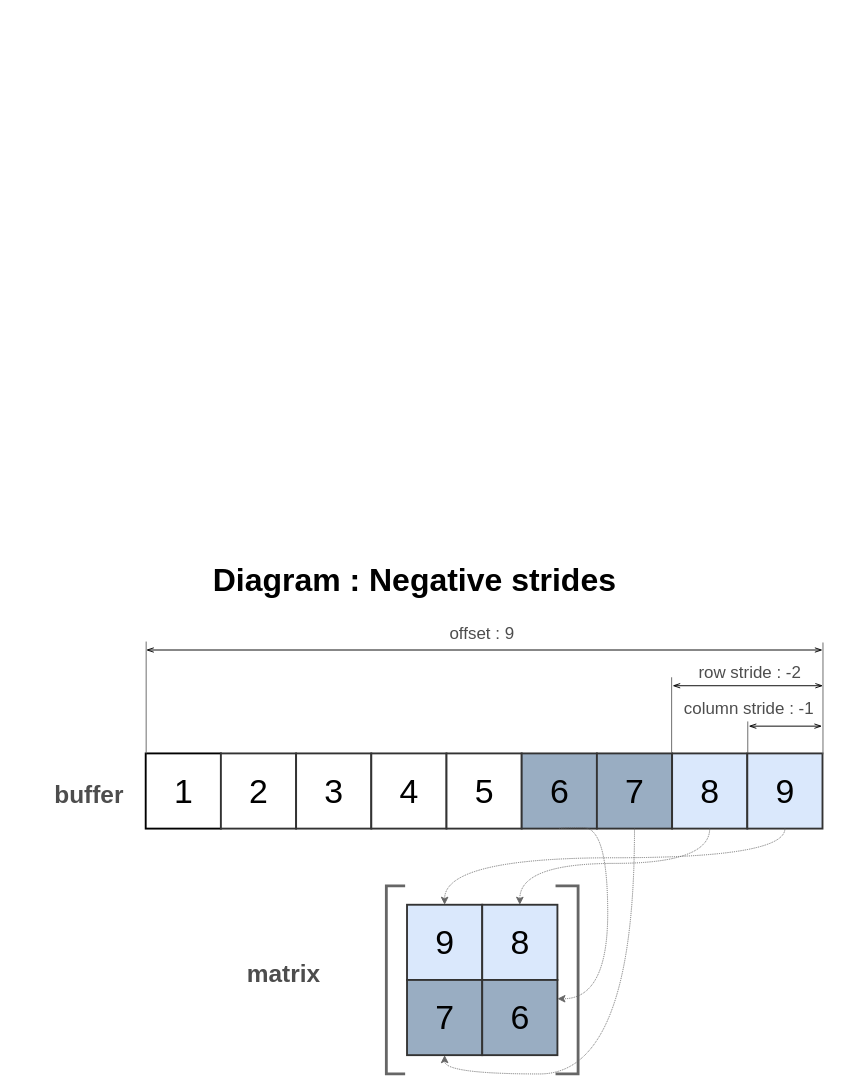
The draw.io diagram page "NegativeStrides" (7 of 9) of doc/img/Matrix.drawio in Wandalen/wMathMatrix, before the edit. Source tidied: cells renumbered, new cells numbered last; positions are measured from the earlier drawing's top-left corner, leaving out a move shared by most shapes. Both pictures are drawn from the tidied source at 94%, with x=0, y=0 at pixel (48, 558).
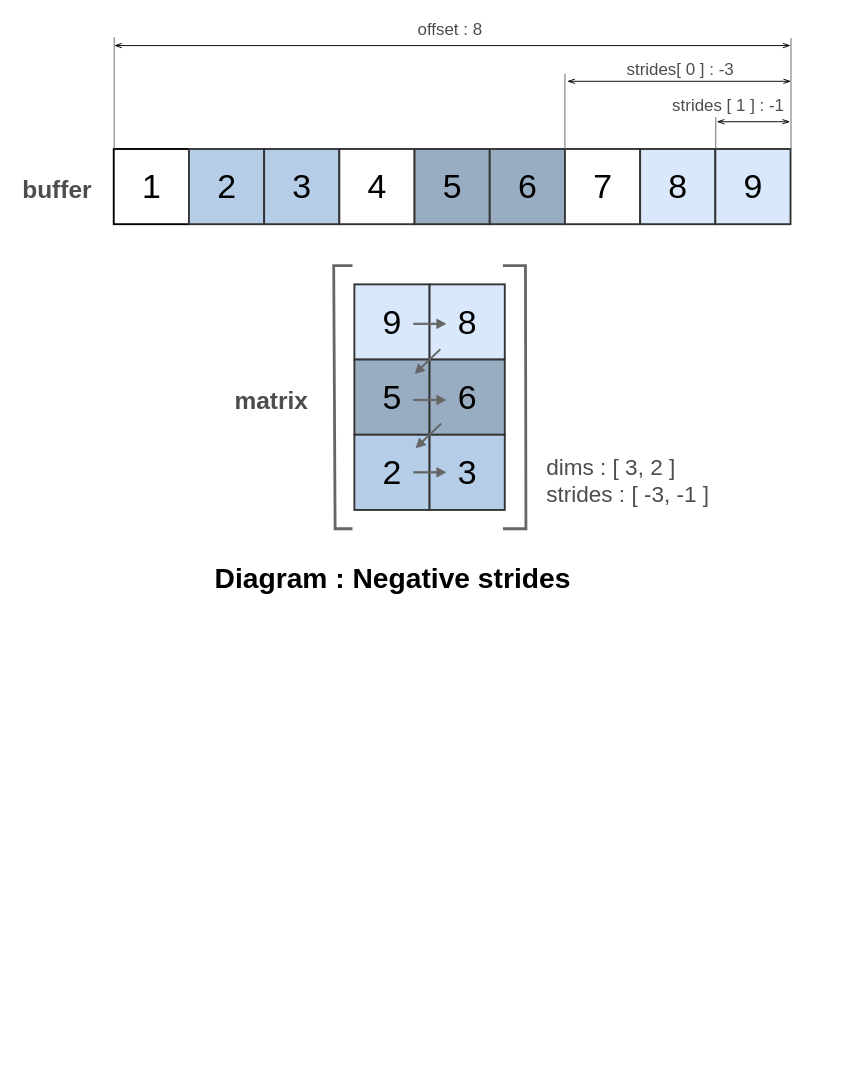
The same diagram, later.

Diff of the diagram source:
```diff
@@
-    <mxCell id="2" value="Diagram : Negative strides&amp;nbsp;" style="text;html=1;align=center;verticalAlign=middle;fontSize=34;fontColor=#000000;fontStyle=1;" parent="1" vertex="1">
-      <mxGeometry x="170" width="447" height="46" as="geometry" />
+    <mxCell id="2" value="Diagram : Negative strides" style="text;html=1;align=center;verticalAlign=middle;fontSize=30;fontColor=#000000;fontStyle=1;" parent="1" vertex="1">
+      <mxGeometry x="170" width="391" height="41" as="geometry" />
     </mxCell>
-    <mxCell id="3" style="group;" parent="1" vertex="1">
-      <mxGeometry y="66" width="824" height="482" as="geometry" />
-    </mxCell>
+    <mxCell id="35" style="group;" parent="1" vertex="1">
+      <mxGeometry x="-34" y="-577" width="836" height="547" as="geometry" />
+    </mxCell>
-    <mxCell id="4" value="1" style="whiteSpace=wrap;html=1;strokeWidth=2;fontSize=36;strokeColor=#000000;fillColor=#FFFFFF;" parent="3" vertex="1">
+    <mxCell id="4" value="1" style="whiteSpace=wrap;html=1;strokeWidth=2;fontSize=36;strokeColor=#000000;fillColor=#FFFFFF;" parent="35" vertex="1">
       <mxGeometry x="103.5" y="141" width="80" height="80" as="geometry" />
     </mxCell>
-    <mxCell id="5" value="2" style="whiteSpace=wrap;html=1;strokeWidth=2;fontSize=36;fillColor=#FFFFFF;strokeColor=#333333;" parent="3" vertex="1">
+    <mxCell id="5" value="2" style="whiteSpace=wrap;html=1;strokeWidth=2;fontSize=36;fillColor=#B5CDE6;strokeColor=#333333;" parent="35" vertex="1">
       <mxGeometry x="183.5" y="141" width="80" height="80" as="geometry" />
     </mxCell>
-    <mxCell id="6" value="3" style="whiteSpace=wrap;html=1;strokeWidth=2;fontSize=36;strokeColor=#333333;fillColor=#FFFFFF;" parent="3" vertex="1">
+    <mxCell id="6" value="3" style="whiteSpace=wrap;html=1;strokeWidth=2;fontSize=36;strokeColor=#333333;fillColor=#B5CDE6;" parent="35" vertex="1">
       <mxGeometry x="263.5" y="141" width="80" height="80" as="geometry" />
     </mxCell>
-    <mxCell id="7" value="4" style="whiteSpace=wrap;html=1;strokeWidth=2;fontSize=36;fillColor=#FFFFFF;strokeColor=#333333;" parent="3" vertex="1">
+    <mxCell id="7" value="4" style="whiteSpace=wrap;html=1;strokeWidth=2;fontSize=36;fillColor=#FFFFFF;strokeColor=#333333;" parent="35" vertex="1">
       <mxGeometry x="343.5" y="141" width="80" height="80" as="geometry" />
     </mxCell>
-    <mxCell id="8" value="5" style="whiteSpace=wrap;html=1;strokeWidth=2;fontSize=36;strokeColor=#333333;fillColor=#FFFFFF;gradientColor=none;" parent="3" vertex="1">
+    <mxCell id="8" value="5" style="whiteSpace=wrap;html=1;strokeWidth=2;fontSize=36;strokeColor=#333333;fillColor=#99ADC2;gradientColor=none;" parent="35" vertex="1">
       <mxGeometry x="423.5" y="141" width="80" height="80" as="geometry" />
     </mxCell>
-    <mxCell id="9" value="6" style="whiteSpace=wrap;html=1;strokeWidth=2;fontSize=36;fillColor=#99ADC2;strokeColor=#333333;" parent="3" vertex="1">
+    <mxCell id="9" value="6" style="whiteSpace=wrap;html=1;strokeWidth=2;fontSize=36;fillColor=#99ADC2;strokeColor=#333333;" parent="35" vertex="1">
       <mxGeometry x="503.5" y="141" width="80" height="80" as="geometry" />
     </mxCell>
-    <mxCell id="10" value="7" style="whiteSpace=wrap;html=1;strokeWidth=2;fontSize=36;strokeColor=#333333;fillColor=#99ADC2;fontColor=#000000;" parent="3" vertex="1">
+    <mxCell id="10" value="7" style="whiteSpace=wrap;html=1;strokeWidth=2;fontSize=36;strokeColor=#333333;fillColor=#FFFFFF;fontColor=#000000;" parent="35" vertex="1">
       <mxGeometry x="583.5" y="141" width="80" height="80" as="geometry" />
     </mxCell>
-    <mxCell id="11" value="buffer" style="text;html=1;align=center;verticalAlign=middle;fontSize=26;fontColor=#4D4D4D;fontStyle=1;" parent="3" vertex="1">
+    <mxCell id="11" value="buffer" style="text;html=1;align=center;verticalAlign=middle;fontSize=26;fontColor=#4D4D4D;fontStyle=1;" parent="35" vertex="1">
       <mxGeometry y="167" width="85" height="36" as="geometry" />
     </mxCell>
-    <mxCell id="12" value="8" style="whiteSpace=wrap;html=1;strokeWidth=2;fontSize=36;strokeColor=#333333;fillColor=#DAE8FC;" parent="3" vertex="1">
+    <mxCell id="12" value="8" style="whiteSpace=wrap;html=1;strokeWidth=2;fontSize=36;strokeColor=#333333;fillColor=#DAE8FC;" parent="35" vertex="1">
       <mxGeometry x="663.5" y="141" width="80" height="80" as="geometry" />
     </mxCell>
-    <mxCell id="13" value="9" style="whiteSpace=wrap;html=1;strokeWidth=2;fontSize=36;strokeColor=#333333;fillColor=#DAE8FC;" parent="3" vertex="1">
+    <mxCell id="13" value="9" style="whiteSpace=wrap;html=1;strokeWidth=2;fontSize=36;strokeColor=#333333;fillColor=#DAE8FC;" parent="35" vertex="1">
       <mxGeometry x="743.5" y="141" width="80" height="80" as="geometry" />
     </mxCell>
-    <mxCell id="14" value="matrix" style="text;html=1;align=center;verticalAlign=middle;fontSize=26;fontColor=#4D4D4D;fontStyle=1;" parent="3" vertex="1">
-      <mxGeometry x="206" y="358" width="88" height="36" as="geometry" />
-    </mxCell>
-    <mxCell id="15" value="9" style="whiteSpace=wrap;html=1;strokeWidth=2;fontSize=36;strokeColor=#333333;fillColor=#DAE8FC;" parent="3" vertex="1">
-      <mxGeometry x="381.5" y="302" width="80" height="80" as="geometry" />
-    </mxCell>
-    <mxCell id="16" value="8" style="whiteSpace=wrap;html=1;strokeWidth=2;fontSize=36;strokeColor=#333333;fillColor=#DAE8FC;" parent="3" vertex="1">
-      <mxGeometry x="461.5" y="302" width="80" height="80" as="geometry" />
-    </mxCell>
-    <mxCell id="17" value="7" style="whiteSpace=wrap;html=1;strokeWidth=2;fontSize=36;strokeColor=#333333;fillColor=#99ADC2;gradientColor=none;" parent="3" vertex="1">
-      <mxGeometry x="381.5" y="382" width="80" height="80" as="geometry" />
-    </mxCell>
-    <mxCell id="18" value="6" style="whiteSpace=wrap;html=1;strokeWidth=2;fontSize=36;strokeColor=#333333;fillColor=#99ADC2;fontColor=#000000;" parent="3" vertex="1">
-      <mxGeometry x="461.5" y="382" width="80" height="80" as="geometry" />
-    </mxCell>
-    <mxCell id="19" style="endArrow=none;html=1;fontSize=40;strokeWidth=3;rounded=0;strokeColor=#666666;" parent="3" edge="1">
-      <mxGeometry relative="1" as="geometry">
-        <mxPoint x="379.5" y="482" as="sourcePoint" />
-        <mxPoint x="379.5" y="282" as="targetPoint" />
-        <Array as="points">
-          <mxPoint x="359.5" y="482" />
-          <mxPoint x="359.5" y="282" />
-        </Array>
-      </mxGeometry>
-    </mxCell>
-    <mxCell id="20" style="endArrow=none;html=1;fontSize=40;strokeWidth=3;rounded=0;strokeColor=#666666;" parent="3" edge="1">
-      <mxGeometry relative="1" as="geometry">
-        <mxPoint x="539.5" y="282" as="sourcePoint" />
-        <mxPoint x="539.5" y="482" as="targetPoint" />
-        <Array as="points">
-          <mxPoint x="563.5" y="282" />
-          <mxPoint x="563.5" y="482" />
-        </Array>
-      </mxGeometry>
-    </mxCell>
-    <mxCell id="21" style="edgeStyle=orthogonalEdgeStyle;rounded=0;jettySize=auto;html=1;exitX=0.5;exitY=1;exitDx=0;exitDy=0;entryX=0.5;entryY=0;entryDx=0;entryDy=0;strokeColor=#666666;curved=1;dashed=1;dashPattern=1 1;" parent="3" edge="1" source="12" target="16">
-      <mxGeometry relative="1" as="geometry">
-        <Array as="points">
-          <mxPoint x="704" y="258" />
-          <mxPoint x="502" y="258" />
-        </Array>
-      </mxGeometry>
-    </mxCell>
-    <mxCell id="22" style="edgeStyle=orthogonalEdgeStyle;rounded=0;jettySize=auto;html=1;exitX=0.5;exitY=1;exitDx=0;exitDy=0;entryX=0.5;entryY=0;entryDx=0;entryDy=0;strokeColor=#666666;curved=1;dashed=1;dashPattern=1 1;" parent="3" edge="1" source="13" target="15">
-      <mxGeometry relative="1" as="geometry">
-        <Array as="points">
-          <mxPoint x="784" y="252" />
-          <mxPoint x="422" y="252" />
-        </Array>
-      </mxGeometry>
-    </mxCell>
-    <mxCell id="23" style="edgeStyle=orthogonalEdgeStyle;rounded=0;jettySize=auto;html=1;exitX=0.5;exitY=1;exitDx=0;exitDy=0;strokeColor=#666666;curved=1;dashed=1;dashPattern=1 1;entryX=1;entryY=0.25;entryDx=0;entryDy=0;" parent="3" edge="1" source="9" target="18">
-      <mxGeometry relative="1" as="geometry">
-        <Array as="points">
-          <mxPoint x="595" y="220" />
-          <mxPoint x="595" y="402" />
-        </Array>
-      </mxGeometry>
-    </mxCell>
-    <mxCell id="24" style="edgeStyle=orthogonalEdgeStyle;rounded=0;jettySize=auto;html=1;entryX=0.5;entryY=1;entryDx=0;entryDy=0;strokeColor=#666666;curved=1;dashed=1;dashPattern=1 1;exitX=0.5;exitY=1;exitDx=0;exitDy=0;" parent="3" edge="1" source="10" target="17">
-      <mxGeometry relative="1" as="geometry" />
-    </mxCell>
-    <mxCell id="25" value="column stride : -1" style="text;html=1;align=center;verticalAlign=middle;fontSize=18;fontColor=#4D4D4D;" parent="3" vertex="1">
-      <mxGeometry x="670" y="80" width="149" height="27" as="geometry" />
+    <mxCell id="25" value="strides [ 1 ] : -1" style="text;html=1;align=center;verticalAlign=middle;fontSize=18;fontColor=#4D4D4D;" parent="35" vertex="1">
+      <mxGeometry x="692" y="81" width="130" height="27" as="geometry" />
     </mxCell>
-    <mxCell id="26" value="row stride : -2" style="text;html=1;align=center;verticalAlign=middle;fontSize=18;fontColor=#4D4D4D;" parent="3" vertex="1">
-      <mxGeometry x="686" y="41" width="120" height="27" as="geometry" />
+    <mxCell id="26" value="strides[ 0 ] : -3" style="text;html=1;align=center;verticalAlign=middle;fontSize=18;fontColor=#4D4D4D;" parent="35" vertex="1">
+      <mxGeometry x="643" y="43" width="125" height="27" as="geometry" />
     </mxCell>
-    <mxCell id="27" style="endArrow=none;html=1;strokeColor=#666666;strokeWidth=1;fontSize=26;fontColor=#333333;exitX=0;exitY=0;exitDx=0;exitDy=0;" parent="3" edge="1">
+    <mxCell id="27" style="endArrow=none;html=1;strokeColor=#666666;strokeWidth=1;fontSize=26;fontColor=#333333;exitX=0;exitY=0;exitDx=0;exitDy=0;" parent="35" edge="1">
       <mxGeometry relative="1" as="geometry">
-        <mxPoint x="663" y="140" as="sourcePoint" />
-        <mxPoint x="663" y="60" as="targetPoint" />
+        <mxPoint x="583.5" y="141" as="sourcePoint" />
+        <mxPoint x="583.5" y="61" as="targetPoint" />
       </mxGeometry>
     </mxCell>
-    <mxCell id="28" style="endArrow=openThin;startArrow=openThin;html=1;strokeColor=#000000;strokeWidth=1;fontSize=26;fontColor=#333333;startFill=0;endFill=0;" parent="3" edge="1">
+    <mxCell id="28" style="endArrow=openThin;startArrow=openThin;html=1;strokeColor=#000000;strokeWidth=1;fontSize=26;fontColor=#333333;startFill=0;endFill=0;" parent="35" edge="1">
       <mxGeometry relative="1" as="geometry">
         <mxPoint x="745" y="112" as="sourcePoint" />
         <mxPoint x="823" y="112" as="targetPoint" />
       </mxGeometry>
     </mxCell>
-    <mxCell id="29" style="endArrow=openThin;startArrow=openThin;html=1;strokeColor=#000000;strokeWidth=1;fontSize=26;fontColor=#333333;startFill=0;endFill=0;" parent="3" edge="1">
+    <mxCell id="29" style="endArrow=openThin;startArrow=openThin;html=1;strokeColor=#000000;strokeWidth=1;fontSize=26;fontColor=#333333;startFill=0;endFill=0;" parent="35" edge="1">
       <mxGeometry relative="1" as="geometry">
-        <mxPoint x="664" y="69" as="sourcePoint" />
+        <mxPoint x="586" y="69" as="sourcePoint" />
         <mxPoint x="824" y="69" as="targetPoint" />
       </mxGeometry>
     </mxCell>
-    <mxCell id="30" style="endArrow=none;html=1;strokeColor=#666666;strokeWidth=1;fontSize=26;fontColor=#333333;exitX=0;exitY=0;exitDx=0;exitDy=0;" parent="3" edge="1">
+    <mxCell id="30" style="endArrow=none;html=1;strokeColor=#666666;strokeWidth=1;fontSize=26;fontColor=#333333;exitX=0;exitY=0;exitDx=0;exitDy=0;" parent="35" edge="1">
       <mxGeometry relative="1" as="geometry">
         <mxPoint x="744" y="140" as="sourcePoint" />
         <mxPoint x="744" y="107" as="targetPoint" />
       </mxGeometry>
     </mxCell>
-    <mxCell id="31" style="endArrow=none;html=1;strokeColor=#666666;strokeWidth=1;fontSize=26;fontColor=#333333;exitX=0;exitY=0;exitDx=0;exitDy=0;" parent="3" edge="1">
+    <mxCell id="31" style="endArrow=none;html=1;strokeColor=#666666;strokeWidth=1;fontSize=26;fontColor=#333333;exitX=0;exitY=0;exitDx=0;exitDy=0;" parent="35" edge="1">
       <mxGeometry relative="1" as="geometry">
         <mxPoint x="824" y="142" as="sourcePoint" />
         <mxPoint x="824" y="23" as="targetPoint" />
       </mxGeometry>
     </mxCell>
-    <mxCell id="32" style="endArrow=openThin;startArrow=openThin;html=1;strokeColor=#000000;strokeWidth=1;fontSize=26;fontColor=#333333;startFill=0;endFill=0;" parent="3" edge="1">
+    <mxCell id="32" style="endArrow=openThin;startArrow=openThin;html=1;strokeColor=#000000;strokeWidth=1;fontSize=26;fontColor=#333333;startFill=0;endFill=0;" parent="35" edge="1">
       <mxGeometry relative="1" as="geometry">
         <mxPoint x="104" y="31" as="sourcePoint" />
         <mxPoint x="823.5" y="31" as="targetPoint" />
       </mxGeometry>
     </mxCell>
-    <mxCell id="33" value="offset : 9" style="text;html=1;align=center;verticalAlign=middle;fontSize=18;fontColor=#4D4D4D;" parent="3" vertex="1">
+    <mxCell id="33" value="offset : 8" style="text;html=1;align=center;verticalAlign=middle;fontSize=18;fontColor=#4D4D4D;" parent="35" vertex="1">
       <mxGeometry x="421" width="80" height="27" as="geometry" />
     </mxCell>
-    <mxCell id="34" style="endArrow=none;html=1;strokeColor=#666666;strokeWidth=1;fontSize=26;fontColor=#333333;exitX=0;exitY=0;exitDx=0;exitDy=0;" parent="3" edge="1">
+    <mxCell id="34" style="endArrow=none;html=1;strokeColor=#666666;strokeWidth=1;fontSize=26;fontColor=#333333;exitX=0;exitY=0;exitDx=0;exitDy=0;" parent="35" edge="1">
       <mxGeometry relative="1" as="geometry">
         <mxPoint x="104" y="141" as="sourcePoint" />
         <mxPoint x="104" y="22" as="targetPoint" />
       </mxGeometry>
     </mxCell>
+    <mxCell id="36" style="endArrow=none;html=1;fontSize=40;strokeWidth=3;rounded=0;strokeColor=#666666;" parent="35" edge="1">
+      <mxGeometry relative="1" as="geometry">
+        <mxPoint x="357.5" y="545" as="sourcePoint" />
+        <mxPoint x="357.5" y="265" as="targetPoint" />
+        <Array as="points">
+          <mxPoint x="339" y="545" />
+          <mxPoint x="337.5" y="265" />
+        </Array>
+      </mxGeometry>
+    </mxCell>
+    <mxCell id="37" style="endArrow=none;html=1;fontSize=40;strokeWidth=3;rounded=0;strokeColor=#666666;" parent="35" edge="1">
+      <mxGeometry relative="1" as="geometry">
+        <mxPoint x="517.5" y="265" as="sourcePoint" />
+        <mxPoint x="517.5" y="545" as="targetPoint" />
+        <Array as="points">
+          <mxPoint x="541.5" y="265" />
+          <mxPoint x="542" y="545" />
+        </Array>
+      </mxGeometry>
+    </mxCell>
+    <mxCell id="14" value="matrix" style="text;html=1;align=center;verticalAlign=middle;fontSize=26;fontColor=#4D4D4D;fontStyle=1;" parent="35" vertex="1">
+      <mxGeometry x="227" y="391" width="88" height="36" as="geometry" />
+    </mxCell>
+    <mxCell id="15" value="9" style="whiteSpace=wrap;html=1;strokeWidth=2;fontSize=36;strokeColor=#333333;fillColor=#DAE8FC;" parent="35" vertex="1">
+      <mxGeometry x="359.5" y="285" width="80" height="80" as="geometry" />
+    </mxCell>
+    <mxCell id="16" value="8" style="whiteSpace=wrap;html=1;strokeWidth=2;fontSize=36;strokeColor=#333333;fillColor=#DAE8FC;" parent="35" vertex="1">
+      <mxGeometry x="439.5" y="285" width="80" height="80" as="geometry" />
+    </mxCell>
+    <mxCell id="38" value="5" style="whiteSpace=wrap;html=1;strokeWidth=2;fontSize=36;strokeColor=#333333;fillColor=#99ADC2;gradientColor=none;fontColor=#000000;" parent="35" vertex="1">
+      <mxGeometry x="359.5" y="365" width="80" height="80" as="geometry" />
+    </mxCell>
+    <mxCell id="18" value="6" style="whiteSpace=wrap;html=1;strokeWidth=2;fontSize=36;strokeColor=#333333;fillColor=#99ADC2;fontColor=#000000;" parent="35" vertex="1">
+      <mxGeometry x="439.5" y="365" width="80" height="80" as="geometry" />
+    </mxCell>
+    <mxCell id="39" value="2" style="whiteSpace=wrap;html=1;strokeWidth=2;fontSize=36;strokeColor=#333333;fillColor=#B5CDE6;gradientColor=none;fontColor=#000000;" parent="35" vertex="1">
+      <mxGeometry x="359.5" y="445" width="80" height="80" as="geometry" />
+    </mxCell>
+    <mxCell id="40" value="3" style="whiteSpace=wrap;html=1;strokeWidth=2;fontSize=36;strokeColor=#333333;fillColor=#B5CDE6;fontColor=#000000;" parent="35" vertex="1">
+      <mxGeometry x="439.5" y="445" width="80" height="80" as="geometry" />
+    </mxCell>
+    <mxCell id="41" style="shape=flexArrow;endArrow=classic;html=1;width=1.3548387096774193;endSize=2.7529032258064516;endWidth=7.460978147762747;fillColor=#666666;strokeColor=#666666;" parent="35" edge="1">
+      <mxGeometry relative="1" as="geometry">
+        <mxPoint x="422" y="408" as="sourcePoint" />
+        <mxPoint x="457" y="408" as="targetPoint" />
+      </mxGeometry>
+    </mxCell>
+    <mxCell id="42" style="shape=flexArrow;endArrow=classic;html=1;width=1.3548387096774193;endSize=2.7529032258064516;endWidth=7.460978147762747;fillColor=#666666;strokeColor=#666666;" parent="35" edge="1">
+      <mxGeometry relative="1" as="geometry">
+        <mxPoint x="422" y="327" as="sourcePoint" />
+        <mxPoint x="457" y="327" as="targetPoint" />
+      </mxGeometry>
+    </mxCell>
+    <mxCell id="43" style="shape=flexArrow;endArrow=classic;html=1;width=1.3548387096774193;endSize=2.7529032258064516;endWidth=7.460978147762747;fillColor=#666666;strokeColor=#666666;" parent="35" edge="1">
+      <mxGeometry relative="1" as="geometry">
+        <mxPoint x="422" y="485" as="sourcePoint" />
+        <mxPoint x="457" y="485" as="targetPoint" />
+      </mxGeometry>
+    </mxCell>
+    <mxCell id="44" style="shape=flexArrow;endArrow=classic;html=1;width=1.3548387096774193;endSize=2.7529032258064516;endWidth=7.460978147762747;fillColor=#666666;strokeColor=#666666;" parent="35" edge="1">
+      <mxGeometry relative="1" as="geometry">
+        <mxPoint x="451" y="354" as="sourcePoint" />
+        <mxPoint x="424" y="380" as="targetPoint" />
+      </mxGeometry>
+    </mxCell>
+    <mxCell id="45" style="shape=flexArrow;endArrow=classic;html=1;width=1.3548387096774193;endSize=2.7529032258064516;endWidth=7.460978147762747;fillColor=#666666;strokeColor=#666666;" parent="35" edge="1">
+      <mxGeometry relative="1" as="geometry">
+        <mxPoint x="452" y="433" as="sourcePoint" />
+        <mxPoint x="425" y="459" as="targetPoint" />
+      </mxGeometry>
+    </mxCell>
+    <mxCell id="46" value="dims : [ 3, 2 ]&lt;br style=&quot;font-size: 24px&quot;&gt;&lt;div style=&quot;font-size: 24px&quot;&gt;&lt;span style=&quot;font-size: 24px&quot;&gt;strides : [ -3, -1 ]&lt;/span&gt;&lt;/div&gt;" style="text;html=1;align=left;verticalAlign=middle;fontSize=24;fontColor=#4d4d4d;" parent="35" vertex="1">
+      <mxGeometry x="562" y="462" width="186" height="63" as="geometry" />
+    </mxCell>
```
